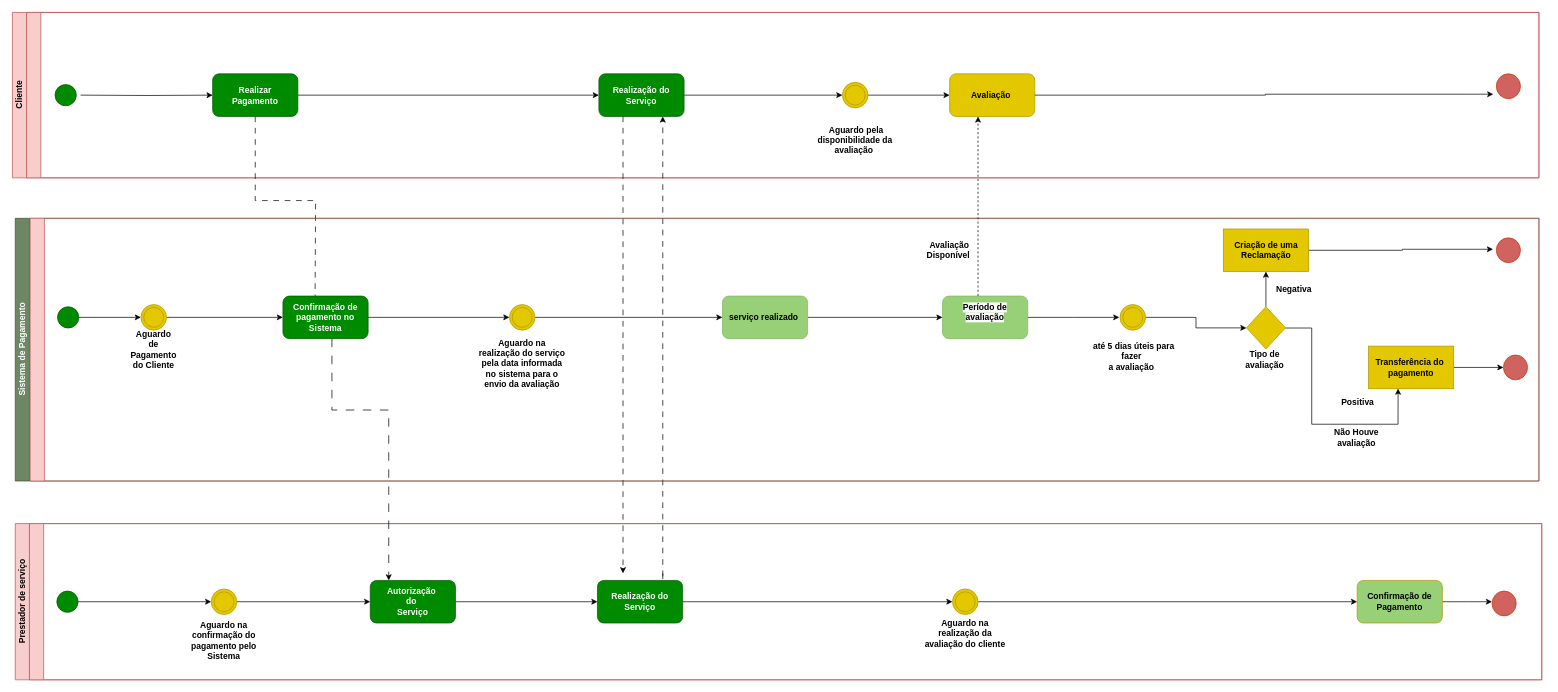
Above: Pagamento.drawio in ThePlano/Projeto-CC5511---ENGENHARIA-DE-SOFTWARE (draw.io), before the change. Source tidied: cells renumbered, new cells numbered last; positions are measured from the earlier drawing's top-left corner, leaving out a move shared by most shapes. Both pictures are drawn from the tidied source at 71%, with x=0, y=0 at pixel (12, 12).
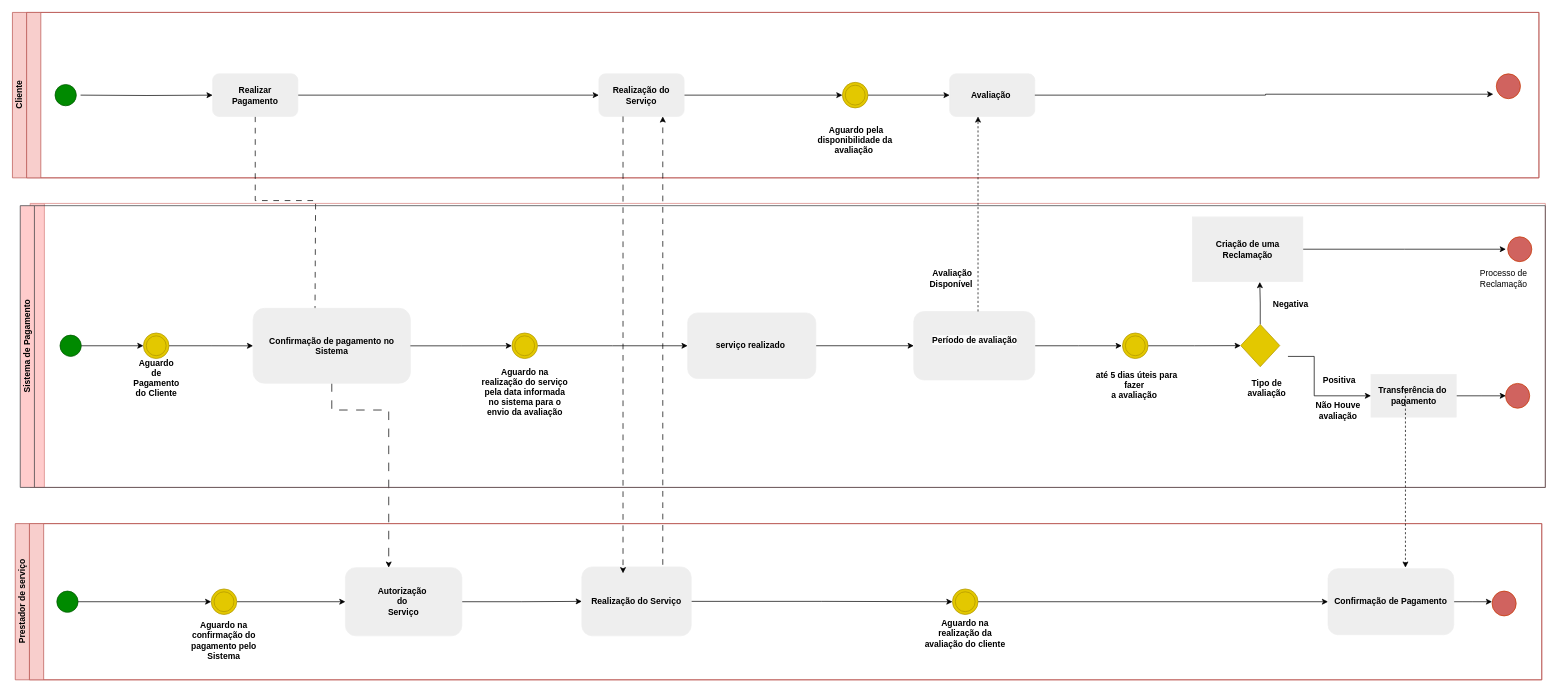
After the change.

The change refers to these unchanged cells:
```xml
<mxCell id="4" value="&amp;nbsp;&lt;div style=&quot;font-size: 12px;&quot;&gt;&lt;br style=&quot;font-size: 12px;&quot;&gt;&lt;/div&gt;" style="swimlane;html=1;startSize=20;horizontal=0;labelBackgroundColor=none;fillColor=#f8cecc;strokeColor=#b85450;align=center;fontStyle=1;verticalAlign=middle;fontSize=12;" parent="3" vertex="1">
  <mxGeometry x="20" width="2130" height="233" as="geometry" />
</mxCell>
<mxCell id="20" value="&amp;nbsp;&lt;div style=&quot;font-size: 12px;&quot;&gt;&lt;br style=&quot;font-size: 12px;&quot;&gt;&lt;/div&gt;" style="swimlane;html=1;startSize=20;horizontal=0;labelBackgroundColor=none;fillColor=#f8cecc;strokeColor=#b85450;align=center;fontStyle=1;verticalAlign=middle;fontSize=12;" parent="19" vertex="1">
  <mxGeometry x="20" width="2130" height="220" as="geometry" />
</mxCell>
```

Diff of the diagram source:
```diff
@@
-    <mxCell id="2" value="Sistema de Pagamento" style="swimlane;html=1;horizontal=0;startSize=20;labelBackgroundColor=none;fillColor=#6d8764;strokeColor=#3A5431;fontColor=#ffffff;align=center;fontStyle=1;verticalAlign=middle;fontSize=12;" parent="1" vertex="1">
-      <mxGeometry x="4" y="290" width="2146" height="370" as="geometry" />
-    </mxCell>
@@
-    <mxCell id="10" value="&lt;div style=&quot;font-size: 12px;&quot;&gt;Realizar&lt;/div&gt;Pagamento" style="rounded=1;whiteSpace=wrap;html=1;verticalAlign=middle;fillColor=#008a00;strokeColor=#005700;fontColor=#ffffff;labelBackgroundColor=none;align=center;fontStyle=1;fontSize=12;" parent="4" vertex="1">
+    <mxCell id="10" value="&lt;div style=&quot;font-size: 12px;&quot;&gt;Realizar&lt;/div&gt;Pagamento" style="rounded=1;whiteSpace=wrap;html=1;verticalAlign=middle;fillColor=#EEEEEE;strokeColor=#EEEEEE;fontColor=#000000;labelBackgroundColor=none;align=center;fontStyle=1;fontSize=12;" parent="4" vertex="1">
       <mxGeometry x="262" y="86.5" width="120" height="60" as="geometry" />
     </mxCell>
@@
-    <mxCell id="12" value="Realização do Serviço" style="rounded=1;whiteSpace=wrap;html=1;verticalAlign=middle;fillColor=#008a00;strokeColor=#005700;fontColor=#ffffff;labelBackgroundColor=none;align=center;fontStyle=1;fontSize=12;" parent="4" vertex="1">
+    <mxCell id="12" value="Realização do Serviço" style="rounded=1;whiteSpace=wrap;html=1;verticalAlign=middle;fillColor=#EEEEEE;strokeColor=#EEEEEE;fontColor=#000000;labelBackgroundColor=none;align=center;fontStyle=1;fontSize=12;" parent="4" vertex="1">
       <mxGeometry x="806" y="86.5" width="120" height="60" as="geometry" />
     </mxCell>
@@
-    <mxCell id="16" value="Avaliação&amp;nbsp;" style="rounded=1;whiteSpace=wrap;html=1;fillColor=#e3c800;strokeColor=#B09500;fontColor=#000000;align=center;fontStyle=1;verticalAlign=middle;fontSize=12;" parent="4" vertex="1">
+    <mxCell id="16" value="Avaliação&amp;nbsp;" style="rounded=1;whiteSpace=wrap;html=1;fillColor=#EEEEEE;strokeColor=#EEEEEE;fontColor=#000000;align=center;fontStyle=1;verticalAlign=middle;fontSize=12;" parent="4" vertex="1">
       <mxGeometry x="1300" y="86.5" width="120" height="60" as="geometry" />
     </mxCell>
@@
-    <mxCell id="25" value="Autorização&amp;nbsp;&lt;div style=&quot;font-size: 12px;&quot;&gt;do&amp;nbsp;&lt;/div&gt;&lt;div style=&quot;font-size: 12px;&quot;&gt;Serviço&lt;/div&gt;" style="rounded=1;whiteSpace=wrap;html=1;verticalAlign=middle;fillColor=#008a00;strokeColor=#005700;fontColor=#ffffff;labelBackgroundColor=none;align=center;fontStyle=1;fontSize=12;" parent="20" vertex="1">
-      <mxGeometry x="480" y="80" width="120" height="60" as="geometry" />
+    <mxCell id="25" value="Autorização&amp;nbsp;&lt;div style=&quot;font-size: 12px;&quot;&gt;do&amp;nbsp;&lt;/div&gt;&lt;div style=&quot;font-size: 12px;&quot;&gt;Serviço&lt;/div&gt;" style="rounded=1;whiteSpace=wrap;html=1;verticalAlign=middle;fillColor=#EEEEEE;strokeColor=#EEEEEE;fontColor=#000000;labelBackgroundColor=none;align=center;fontStyle=1;fontSize=12;" parent="20" vertex="1">
+      <mxGeometry x="445" y="62" width="164" height="96" as="geometry" />
     </mxCell>
@@
-    <mxCell id="27" value="Realização do Serviço" style="whiteSpace=wrap;html=1;verticalAlign=middle;fillColor=#008a00;strokeColor=#005700;fontColor=#ffffff;rounded=1;labelBackgroundColor=none;align=center;fontStyle=1;fontSize=12;" parent="20" vertex="1">
-      <mxGeometry x="800" y="80" width="120" height="60" as="geometry" />
+    <mxCell id="27" value="Realização do Serviço" style="whiteSpace=wrap;html=1;verticalAlign=middle;fillColor=#EEEEEE;strokeColor=#EEEEEE;fontColor=#000000;rounded=1;labelBackgroundColor=none;align=center;fontStyle=1;fontSize=12;" parent="20" vertex="1">
+      <mxGeometry x="778" y="61" width="154" height="97" as="geometry" />
     </mxCell>
@@
-    <mxCell id="35" value="Confirmação de Pagamento" style="rounded=1;whiteSpace=wrap;html=1;fillColor=#97D077;strokeColor=#B09500;fontColor=#000000;align=center;fontStyle=1;verticalAlign=middle;fontSize=12;" parent="20" vertex="1">
-      <mxGeometry x="1870" y="80" width="120" height="60" as="geometry" />
+    <mxCell id="35" value="Confirmação de Pagamento" style="rounded=1;whiteSpace=wrap;html=1;fillColor=#EEEEEE;strokeColor=#EEEEEE;fontColor=#000000;align=center;fontStyle=1;verticalAlign=middle;fontSize=12;" parent="20" vertex="1">
+      <mxGeometry x="1829" y="63.5" width="177" height="93" as="geometry" />
     </mxCell>
@@
-    <mxCell id="38" value="&amp;nbsp;&lt;div style=&quot;font-size: 12px;&quot;&gt;&lt;br style=&quot;font-size: 12px;&quot;&gt;&lt;/div&gt;" style="swimlane;html=1;startSize=20;horizontal=0;labelBackgroundColor=none;fillColor=#f8cecc;strokeColor=#b85450;align=center;fontStyle=1;verticalAlign=middle;fontSize=12;" parent="1" vertex="1">
-      <mxGeometry x="25" y="290" width="2125" height="370" as="geometry" />
+    <mxCell id="38" value="&amp;nbsp;&lt;div style=&quot;font-size: 12px;&quot;&gt;&lt;br style=&quot;font-size: 12px;&quot;&gt;&lt;/div&gt;" style="swimlane;html=1;startSize=20;horizontal=0;labelBackgroundColor=none;fillColor=#ffcccc;strokeColor=#d7817d;align=center;fontStyle=1;verticalAlign=middle;fontSize=12;" parent="1" vertex="1">
+      <mxGeometry x="25" y="269" width="2134" height="400" as="geometry" />
     </mxCell>
@@
     <mxCell id="40" style="verticalLabelPosition=bottom;verticalAlign=middle;html=1;shape=mxgraph.flowchart.on-page_reference;fillColor=#008a00;strokeColor=#005700;labelBackgroundColor=none;fontColor=#ffffff;align=center;fontStyle=1;fontSize=12;" parent="38" vertex="1">
-      <mxGeometry x="38.5" y="124.5" width="30" height="30" as="geometry" />
+      <mxGeometry x="42" y="185.5" width="30" height="30" as="geometry" />
     </mxCell>
     <mxCell id="41" style="ellipse;whiteSpace=wrap;html=1;fillColor=#d0635f;strokeColor=#C73500;fontColor=#000000;rounded=1;labelBackgroundColor=none;align=center;fontStyle=1;verticalAlign=middle;fontSize=12;" parent="38" vertex="1">
-      <mxGeometry x="2075" y="192.5" width="34" height="35" as="geometry" />
+      <mxGeometry x="2078" y="253.5" width="34" height="35" as="geometry" />
     </mxCell>
-    <mxCell id="42" value="Confirmação de pagamento no&lt;div style=&quot;font-size: 12px;&quot;&gt;Sistema&lt;/div&gt;" style="rounded=1;whiteSpace=wrap;html=1;verticalAlign=middle;fillColor=#008a00;strokeColor=#005700;fontColor=#ffffff;labelBackgroundColor=none;align=center;fontStyle=1;fontSize=12;" parent="38" vertex="1">
-      <mxGeometry x="356" y="109.5" width="120" height="60" as="geometry" />
+    <mxCell id="42" value="Confirmação de pagamento no&lt;div style=&quot;font-size: 12px;&quot;&gt;Sistema&lt;/div&gt;" style="rounded=1;whiteSpace=wrap;html=1;verticalAlign=middle;fillColor=#EEEEEE;strokeColor=#EEEEEE;fontColor=#000000;labelBackgroundColor=none;align=center;fontStyle=1;fontSize=12;" parent="38" vertex="1">
+      <mxGeometry x="314" y="147.8" width="221.5" height="105.5" as="geometry" />
     </mxCell>
@@
     <mxCell id="44" style="ellipse;shape=doubleEllipse;whiteSpace=wrap;html=1;fillColor=#e3c800;fontColor=#000000;strokeColor=#B09500;align=center;fontStyle=1;verticalAlign=middle;fontSize=12;" parent="38" vertex="1">
-      <mxGeometry x="675" y="121.5" width="36" height="36" as="geometry" />
+      <mxGeometry x="678.5" y="182.5" width="36" height="36" as="geometry" />
     </mxCell>
@@
-    <mxCell id="47" value="serviço realizado&amp;nbsp;" style="rounded=1;whiteSpace=wrap;html=1;fillColor=#97D077;strokeColor=#82b366;align=center;fontStyle=1;verticalAlign=middle;fontSize=12;" parent="38" vertex="1">
-      <mxGeometry x="975" y="109.5" width="120" height="60" as="geometry" />
+    <mxCell id="47" value="serviço realizado&amp;nbsp;" style="rounded=1;whiteSpace=wrap;html=1;fillColor=#EEEEEE;strokeColor=#EEEEEE;align=center;fontStyle=1;verticalAlign=middle;fontSize=12;" parent="38" vertex="1">
+      <mxGeometry x="926" y="154.2" width="180.5" height="92.5" as="geometry" />
     </mxCell>
@@
     <mxCell id="49" style="ellipse;shape=doubleEllipse;whiteSpace=wrap;html=1;fillColor=#e3c800;fontColor=#000000;strokeColor=#B09500;align=center;fontStyle=1;verticalAlign=middle;fontSize=12;" parent="38" vertex="1">
-      <mxGeometry x="156" y="121.5" width="36" height="36" as="geometry" />
+      <mxGeometry x="159.5" y="182.5" width="36" height="36" as="geometry" />
     </mxCell>
     <mxCell id="50" value="Aguardo de Pagamento do Cliente" style="text;html=1;align=center;verticalAlign=middle;whiteSpace=wrap;rounded=0;fontStyle=1;fontSize=12;" parent="38" vertex="1">
-      <mxGeometry x="144" y="169.5" width="60" height="30" as="geometry" />
+      <mxGeometry x="147.5" y="230.5" width="60" height="30" as="geometry" />
     </mxCell>
     <mxCell id="51" value="Aguardo na realização do serviço pela data informada no sistema para o envio da avaliação" style="text;html=1;align=center;verticalAlign=middle;whiteSpace=wrap;rounded=0;fontStyle=1;fontSize=12;" parent="38" vertex="1">
-      <mxGeometry x="631" y="190" width="124" height="30" as="geometry" />
+      <mxGeometry x="634.5" y="251" width="124" height="30" as="geometry" />
     </mxCell>
     <mxCell id="52" style="edgeStyle=orthogonalEdgeStyle;rounded=0;jettySize=auto;html=1;align=center;fontStyle=1;verticalAlign=middle;fontSize=12;" parent="38" edge="1" source="53">
       <mxGeometry relative="1" as="geometry">
-        <mxPoint x="1534" y="139.5" as="targetPoint" />
+        <mxPoint x="1537.5" y="200.5" as="targetPoint" />
       </mxGeometry>
     </mxCell>
-    <mxCell id="53" value="&#10;&lt;span style=&quot;color: rgb(0, 0, 0); font-family: Helvetica; font-size: 12px; font-style: normal; font-variant-ligatures: normal; font-variant-caps: normal; letter-spacing: normal; orphans: 2; text-indent: 0px; text-transform: none; widows: 2; word-spacing: 0px; -webkit-text-stroke-width: 0px; white-space: normal; background-color: rgb(251, 251, 251); text-decoration-thickness: initial; text-decoration-style: initial; text-decoration-color: initial; float: none; display: inline !important;&quot;&gt;Período de avaliação&lt;/span&gt;&#10;&#10;" style="whiteSpace=wrap;html=1;fillColor=#97D077;strokeColor=#82b366;rounded=1;align=center;fontStyle=1;verticalAlign=middle;fontSize=12;" parent="38" vertex="1">
-      <mxGeometry x="1285" y="109.5" width="120" height="60" as="geometry" />
+    <mxCell id="53" value="&#10;&lt;span style=&quot;color: rgb(0, 0, 0); font-family: Helvetica; font-size: 12px; font-style: normal; font-variant-ligatures: normal; font-variant-caps: normal; letter-spacing: normal; orphans: 2; text-indent: 0px; text-transform: none; widows: 2; word-spacing: 0px; -webkit-text-stroke-width: 0px; white-space: normal; background-color: rgb(251, 251, 251); text-decoration-thickness: initial; text-decoration-style: initial; text-decoration-color: initial; float: none; display: inline !important;&quot;&gt;Período de avaliação&lt;/span&gt;&#10;&#10;" style="whiteSpace=wrap;html=1;fillColor=#EEEEEE;strokeColor=#EEEEEE;rounded=1;align=center;fontStyle=1;verticalAlign=middle;fontSize=12;" parent="38" vertex="1">
+      <mxGeometry x="1244.5" y="152.2" width="170.5" height="96.5" as="geometry" />
     </mxCell>
     <mxCell id="54" value="Avaliação Disponível&amp;nbsp;" style="text;html=1;align=center;verticalAlign=middle;whiteSpace=wrap;rounded=0;fontStyle=1;fontSize=12;" parent="38" vertex="1">
-      <mxGeometry x="1265" y="30" width="60" height="30" as="geometry" />
+      <mxGeometry x="1268.5" y="91" width="60" height="30" as="geometry" />
     </mxCell>
@@
     <mxCell id="56" style="ellipse;shape=doubleEllipse;whiteSpace=wrap;html=1;fillColor=#e3c800;fontColor=#000000;strokeColor=#B09500;align=center;fontStyle=1;verticalAlign=middle;fontSize=12;" parent="38" vertex="1">
-      <mxGeometry x="1535" y="121.5" width="36" height="36" as="geometry" />
+      <mxGeometry x="1538.5" y="182.5" width="36" height="36" as="geometry" />
     </mxCell>
     <mxCell id="57" value="&amp;nbsp;até 5 dias úteis para fazer&amp;nbsp;&lt;div style=&quot;font-size: 12px;&quot;&gt;a avaliação&amp;nbsp;&lt;/div&gt;" style="text;html=1;align=center;verticalAlign=middle;whiteSpace=wrap;rounded=0;fontStyle=1;fontSize=12;" parent="38" vertex="1">
-      <mxGeometry x="1491" y="180" width="124" height="30" as="geometry" />
+      <mxGeometry x="1494.5" y="241" width="124" height="30" as="geometry" />
     </mxCell>
-    <mxCell id="58" style="edgeStyle=orthogonalEdgeStyle;rounded=0;jettySize=auto;html=1;entryX=0.5;entryY=1;entryDx=0;entryDy=0;align=center;fontStyle=1;verticalAlign=middle;fontSize=12;" parent="38" edge="1" source="59" target="62">
+    <mxCell id="58" style="edgeStyle=orthogonalEdgeStyle;rounded=0;jettySize=auto;html=1;entryX=0.61;entryY=1.007;entryDx=0;entryDy=0;align=center;fontStyle=1;verticalAlign=middle;fontSize=12;entryPerimeter=0;" parent="38" edge="1" source="59" target="62">
       <mxGeometry relative="1" as="geometry" />
     </mxCell>
     <mxCell id="59" style="rhombus;whiteSpace=wrap;html=1;fillColor=#e3c800;strokeColor=#B09500;fontColor=#000000;align=center;fontStyle=1;verticalAlign=middle;fontSize=12;" parent="38" vertex="1">
-      <mxGeometry x="1713" y="124.5" width="55" height="59.5" as="geometry" />
+      <mxGeometry x="1705" y="170.5" width="55" height="59.5" as="geometry" />
     </mxCell>
     <mxCell id="60" value="&amp;nbsp;Tipo de&amp;nbsp;&lt;div style=&quot;font-size: 12px;&quot;&gt;avaliação&lt;/div&gt;" style="text;html=1;align=center;verticalAlign=middle;whiteSpace=wrap;rounded=0;fontStyle=1;fontSize=12;" parent="38" vertex="1">
-      <mxGeometry x="1676.5" y="184" width="124" height="30" as="geometry" />
+      <mxGeometry x="1680" y="245" width="124" height="30" as="geometry" />
     </mxCell>
-    <mxCell id="61" style="edgeStyle=orthogonalEdgeStyle;rounded=0;jettySize=auto;html=1;entryX=-0.135;entryY=0.46;entryDx=0;entryDy=0;entryPerimeter=0;align=center;fontStyle=1;verticalAlign=middle;fontSize=12;" parent="38" edge="1" source="62" target="69">
-      <mxGeometry relative="1" as="geometry" />
-    </mxCell>
+    <mxCell id="71" style="edgeStyle=orthogonalEdgeStyle;rounded=0;jettySize=auto;html=1;" parent="38" edge="1" source="62">
+      <mxGeometry relative="1" as="geometry">
+        <mxPoint x="2078.5" y="64.5" as="targetPoint" />
+      </mxGeometry>
+    </mxCell>
-    <mxCell id="62" value="&lt;div style=&quot;font-size: 12px;&quot;&gt;Criação de uma&lt;/div&gt;Reclamação" style="whiteSpace=wrap;html=1;fillColor=#e3c800;strokeColor=#B09500;fontColor=#000000;align=center;fontStyle=1;verticalAlign=middle;fontSize=12;" parent="38" vertex="1">
-      <mxGeometry x="1680.5" y="15" width="120" height="60" as="geometry" />
+    <mxCell id="62" value="&lt;div style=&quot;font-size: 12px;&quot;&gt;Criação de uma&lt;/div&gt;Reclamação" style="whiteSpace=wrap;html=1;fillColor=#EEEEEE;strokeColor=#EEEEEE;fontColor=#000000;align=center;fontStyle=1;verticalAlign=middle;fontSize=12;" parent="38" vertex="1">
+      <mxGeometry x="1637" y="19" width="155.5" height="91" as="geometry" />
     </mxCell>
     <mxCell id="63" value="&amp;nbsp;Negativa" style="text;html=1;align=center;verticalAlign=middle;whiteSpace=wrap;rounded=0;fontStyle=1;fontSize=12;" parent="38" vertex="1">
-      <mxGeometry x="1725" y="89.5" width="107" height="20" as="geometry" />
+      <mxGeometry x="1737" y="132.2" width="74" height="20" as="geometry" />
     </mxCell>
-    <mxCell id="64" style="edgeStyle=orthogonalEdgeStyle;rounded=0;jettySize=auto;html=1;entryX=0;entryY=0.5;entryDx=0;entryDy=0;align=center;fontStyle=1;verticalAlign=middle;fontSize=12;" parent="38" edge="1" source="65" target="41">
-      <mxGeometry relative="1" as="geometry" />
+    <mxCell id="64" style="edgeStyle=orthogonalEdgeStyle;rounded=0;jettySize=auto;html=1;entryX=0;entryY=0.5;entryDx=0;entryDy=0;align=center;fontStyle=1;verticalAlign=middle;fontSize=12;" parent="38" edge="1" source="65">
+      <mxGeometry relative="1" as="geometry">
+        <mxPoint x="2078.5" y="271" as="targetPoint" />
+      </mxGeometry>
     </mxCell>
-    <mxCell id="65" value="Transferência do&amp;nbsp;&lt;div style=&quot;font-size: 12px;&quot;&gt;pagamento&lt;/div&gt;" style="whiteSpace=wrap;html=1;fillColor=#e3c800;strokeColor=#B09500;fontColor=#000000;align=center;fontStyle=1;verticalAlign=middle;fontSize=12;" parent="38" vertex="1">
-      <mxGeometry x="1885" y="180" width="120" height="60" as="geometry" />
+    <mxCell id="65" value="Transferência do&amp;nbsp;&lt;div style=&quot;font-size: 12px;&quot;&gt;pagamento&lt;/div&gt;" style="whiteSpace=wrap;html=1;fillColor=#EEEEEE;strokeColor=#EEEEEE;fontColor=#000000;align=center;fontStyle=1;verticalAlign=middle;fontSize=12;" parent="38" vertex="1">
+      <mxGeometry x="1888.5" y="241" width="120" height="60" as="geometry" />
     </mxCell>
-    <mxCell id="66" style="edgeStyle=orthogonalEdgeStyle;rounded=0;jettySize=auto;html=1;entryX=0.347;entryY=0.997;entryDx=0;entryDy=0;entryPerimeter=0;align=center;fontStyle=1;verticalAlign=middle;fontSize=12;" parent="38" edge="1" target="65">
+    <mxCell id="66" style="edgeStyle=orthogonalEdgeStyle;rounded=0;jettySize=auto;html=1;entryX=0;entryY=0.5;entryDx=0;entryDy=0;align=center;fontStyle=1;verticalAlign=middle;fontSize=12;" parent="38" edge="1" target="65">
       <mxGeometry relative="1" as="geometry">
-        <mxPoint x="1768" y="154.5" as="sourcePoint" />
+        <mxPoint x="1771.5" y="215.5" as="sourcePoint" />
         <Array as="points">
-          <mxPoint x="1805" y="155" />
-          <mxPoint x="1805" y="290" />
-          <mxPoint x="1927" y="290" />
+          <mxPoint x="1808.5" y="216" />
+          <mxPoint x="1808.5" y="271" />
         </Array>
       </mxGeometry>
     </mxCell>
     <mxCell id="67" value="Positiva" style="text;html=1;align=center;verticalAlign=middle;whiteSpace=wrap;rounded=0;fontStyle=1;fontSize=12;" parent="38" vertex="1">
-      <mxGeometry x="1835" y="250" width="70" height="18.5" as="geometry" />
+      <mxGeometry x="1808.5" y="241" width="70" height="18.5" as="geometry" />
     </mxCell>
     <mxCell id="68" value="Não Houve&amp;nbsp;&lt;div style=&quot;font-size: 12px;&quot;&gt;avaliação&amp;nbsp;&lt;/div&gt;" style="text;html=1;align=center;verticalAlign=middle;whiteSpace=wrap;rounded=0;fontStyle=1;fontSize=12;" parent="38" vertex="1">
-      <mxGeometry x="1835" y="300" width="70" height="18.5" as="geometry" />
+      <mxGeometry x="1808.5" y="282.5" width="70" height="18.5" as="geometry" />
     </mxCell>
+    <mxCell id="2" value="Sistema de Pagamento" style="swimlane;html=1;horizontal=0;startSize=20;labelBackgroundColor=none;fillColor=#ffcccc;strokeColor=#36393d;align=center;fontStyle=1;verticalAlign=middle;fontSize=12;" parent="38" vertex="1">
+      <mxGeometry x="-14" y="3.2" width="2148" height="396.8" as="geometry" />
+    </mxCell>
     <mxCell id="69" style="ellipse;whiteSpace=wrap;html=1;fillColor=#d0635f;strokeColor=#C73500;fontColor=#000000;rounded=1;labelBackgroundColor=none;align=center;fontStyle=1;verticalAlign=middle;fontSize=12;" parent="38" vertex="1">
-      <mxGeometry x="2065" y="27.5" width="34" height="35" as="geometry" />
+      <mxGeometry x="2081" y="47" width="34" height="35" as="geometry" />
     </mxCell>
+    <mxCell id="72" value="Processo de&lt;div&gt;&amp;nbsp;Reclamação&amp;nbsp;&lt;/div&gt;" style="text;html=1;align=center;verticalAlign=middle;whiteSpace=wrap;rounded=0;" parent="38" vertex="1">
+      <mxGeometry x="2030" y="91" width="91" height="30" as="geometry" />
+    </mxCell>
@@
+    <mxCell id="73" style="edgeStyle=orthogonalEdgeStyle;rounded=0;orthogonalLoop=1;jettySize=auto;html=1;dashed=1;" parent="1" edge="1">
+      <mxGeometry relative="1" as="geometry">
+        <mxPoint x="1960" y="530" as="sourcePoint" />
+        <mxPoint x="1962" y="782" as="targetPoint" />
+        <Array as="points">
+          <mxPoint x="1960" y="531" />
+          <mxPoint x="1962" y="531" />
+          <mxPoint x="1962" y="664" />
+        </Array>
+      </mxGeometry>
+    </mxCell>
```
